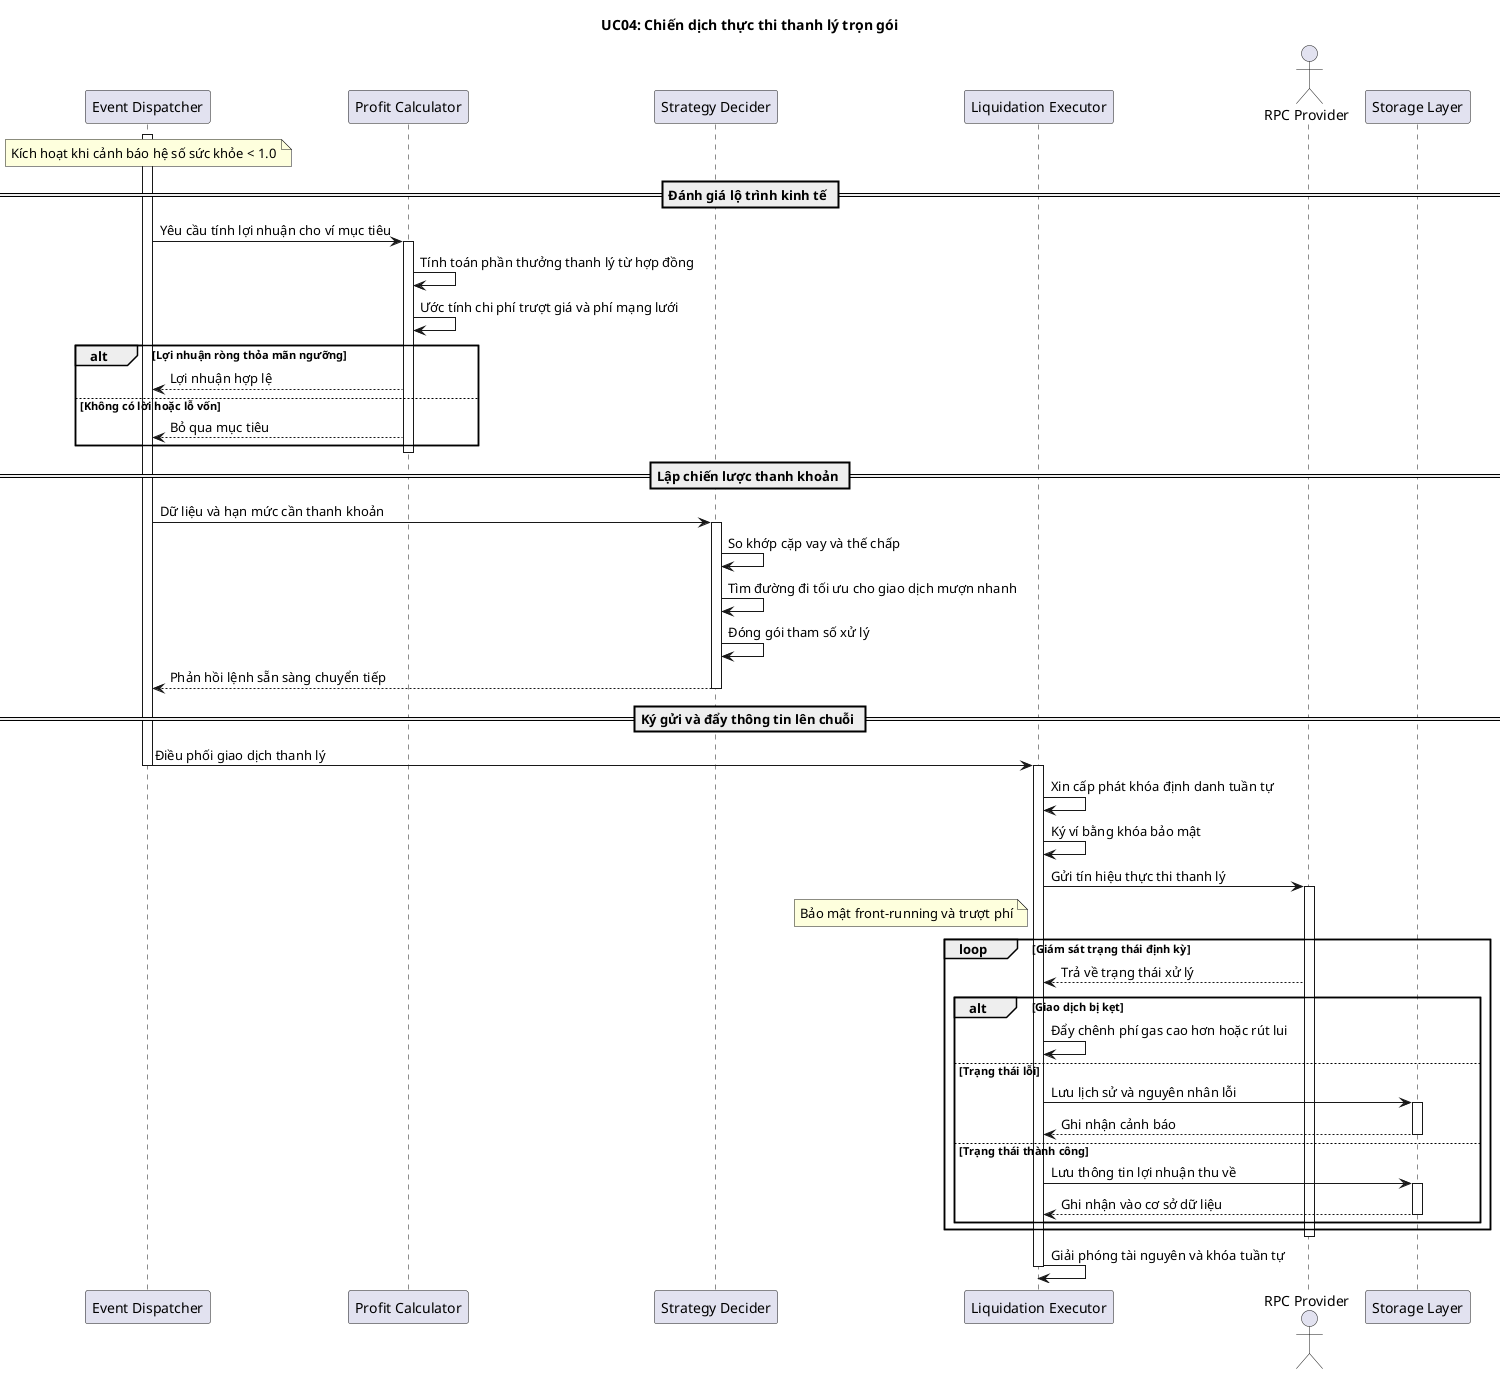
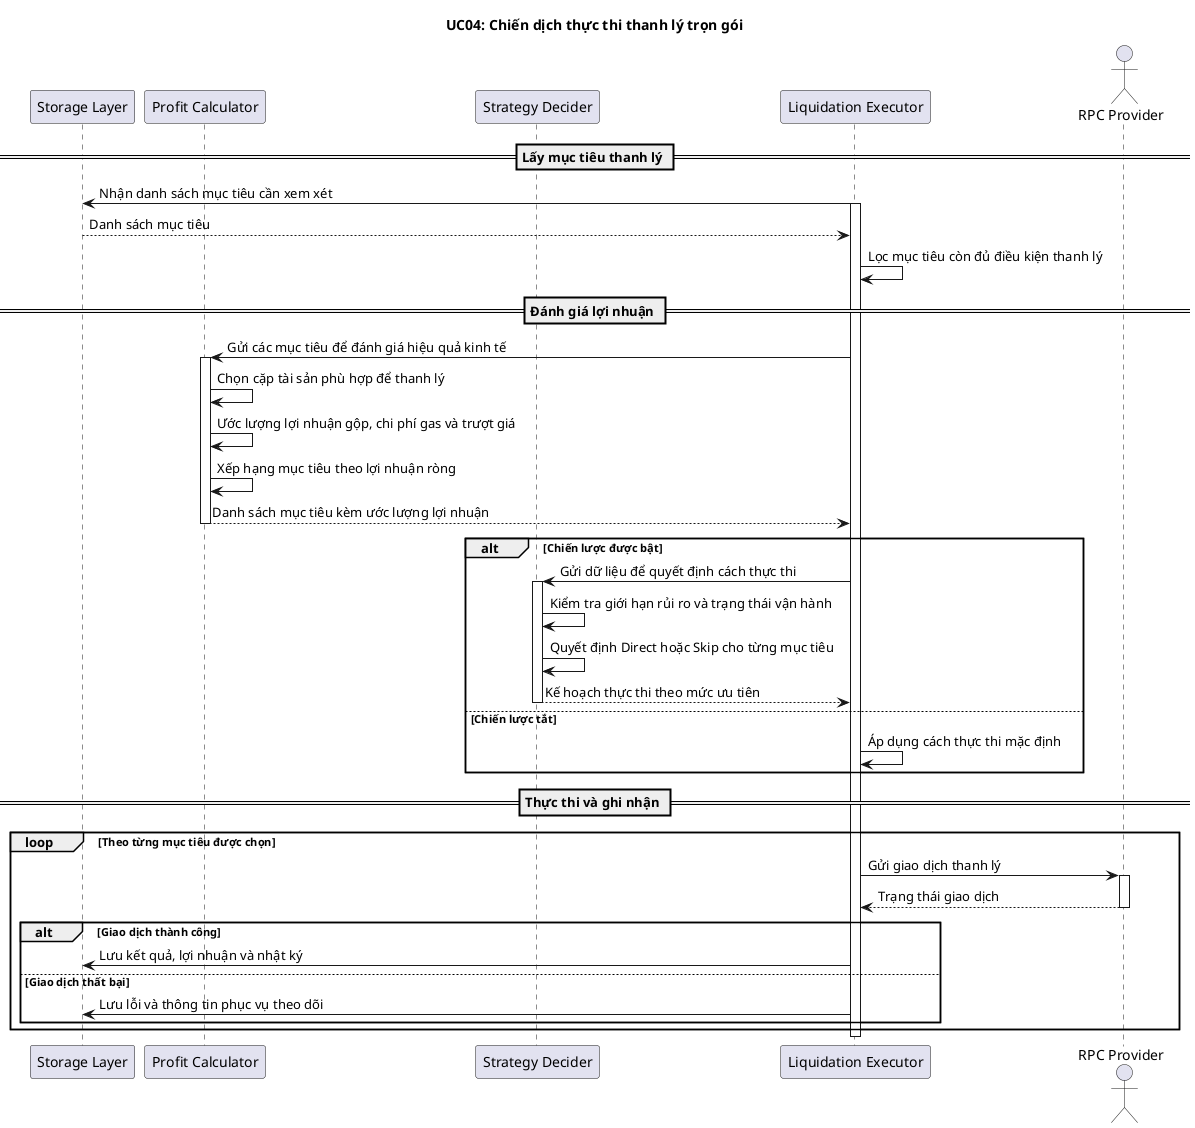
﻿@startuml
title UC04: Chiến dịch thực thi thanh lý trọn gói

- participant "Event Dispatcher" as DP
+ participant "Storage Layer" as Storage
participant "Profit Calculator" as Profit
participant "Strategy Decider" as Strategy
participant "Liquidation Executor" as Executor
actor "RPC Provider" as RPC
- participant "Storage Layer" as Storage

- note over DP: Kích hoạt khi cảnh báo hệ số sức khỏe < 1.0
- activate DP
+ == Lấy mục tiêu thanh lý ==
+ Executor -> Storage: Nhận danh sách mục tiêu cần xem xét
+ activate Executor
+ Storage --> Executor: Danh sách mục tiêu
+ Executor -> Executor: Lọc mục tiêu còn đủ điều kiện thanh lý

- == Đánh giá lộ trình kinh tế ==
- DP -> Profit: Yêu cầu tính lợi nhuận cho ví mục tiêu
+ == Đánh giá lợi nhuận ==
+ Executor -> Profit: Gửi các mục tiêu để đánh giá hiệu quả kinh tế
activate Profit
- Profit -> Profit: Tính toán phần thưởng thanh lý từ hợp đồng
- Profit -> Profit: Ước tính chi phí trượt giá và phí mạng lưới
- 
- alt Lợi nhuận ròng thỏa mãn ngưỡng
-     Profit --> DP: Lợi nhuận hợp lệ
- else Không có lời hoặc lỗ vốn
-     Profit --> DP: Bỏ qua mục tiêu
- end
+ Profit -> Profit: Chọn cặp tài sản phù hợp để thanh lý
+ Profit -> Profit: Ước lượng lợi nhuận gộp, chi phí gas và trượt giá
+ Profit -> Profit: Xếp hạng mục tiêu theo lợi nhuận ròng
+ Profit --> Executor: Danh sách mục tiêu kèm ước lượng lợi nhuận
deactivate Profit

- == Lập chiến lược thanh khoản ==
- DP -> Strategy: Dữ liệu và hạn mức cần thanh khoản
- activate Strategy
- Strategy -> Strategy: So khớp cặp vay và thế chấp
- Strategy -> Strategy: Tìm đường đi tối ưu cho giao dịch mượn nhanh
- Strategy -> Strategy: Đóng gói tham số xử lý
- Strategy --> DP: Phản hồi lệnh sẵn sàng chuyển tiếp
- deactivate Strategy
+ alt Chiến lược được bật
+     Executor -> Strategy: Gửi dữ liệu để quyết định cách thực thi
+     activate Strategy
+     Strategy -> Strategy: Kiểm tra giới hạn rủi ro và trạng thái vận hành
+     Strategy -> Strategy: Quyết định Direct hoặc Skip cho từng mục tiêu
+     Strategy --> Executor: Kế hoạch thực thi theo mức ưu tiên
+     deactivate Strategy
+ else Chiến lược tắt
+     Executor -> Executor: Áp dụng cách thực thi mặc định
+ end

- == Ký gửi và đẩy thông tin lên chuỗi ==
- DP -> Executor: Điều phối giao dịch thanh lý
- deactivate DP
- activate Executor
+ == Thực thi và ghi nhận ==
+ loop Theo từng mục tiêu được chọn
+     Executor -> RPC: Gửi giao dịch thanh lý
+     activate RPC
+     RPC --> Executor: Trạng thái giao dịch
+     deactivate RPC

- Executor -> Executor: Xin cấp phát khóa định danh tuần tự
- Executor -> Executor: Ký ví bằng khóa bảo mật
- Executor -> RPC: Gửi tín hiệu thực thi thanh lý
- activate RPC
- 
- note left of Executor: Bảo mật front-running và trượt phí
- loop Giám sát trạng thái định kỳ
-     RPC --> Executor: Trả về trạng thái xử lý
- 
-     alt Giao dịch bị kẹt
-         Executor -> Executor: Đẩy chênh phí gas cao hơn hoặc rút lui
-     else Trạng thái lỗi
-         Executor -> Storage: Lưu lịch sử và nguyên nhân lỗi
-         activate Storage
-         Storage --> Executor: Ghi nhận cảnh báo
-         deactivate Storage
-     else Trạng thái thành công
-         Executor -> Storage: Lưu thông tin lợi nhuận thu về
-         activate Storage
-         Storage --> Executor: Ghi nhận vào cơ sở dữ liệu
-         deactivate Storage
+     alt Giao dịch thành công
+         Executor -> Storage: Lưu kết quả, lợi nhuận và nhật ký
+     else Giao dịch thất bại
+         Executor -> Storage: Lưu lỗi và thông tin phục vụ theo dõi
    end
end
- deactivate RPC
- 
- Executor -> Executor: Giải phóng tài nguyên và khóa tuần tự
deactivate Executor
- @enduml
